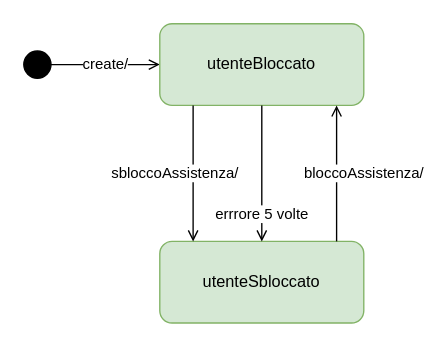
Before: diagrammaDiStato/diagramma_stato_professionista.drawio in Iannicc/Pet-Party, a draw.io diagram. Source tidied: cells renumbered, new cells numbered last; positions are measured from the earlier drawing's top-left corner, leaving out a move shared by most shapes. Both pictures are drawn from the tidied source at 136%, with x=0, y=0 at pixel (23, 23).
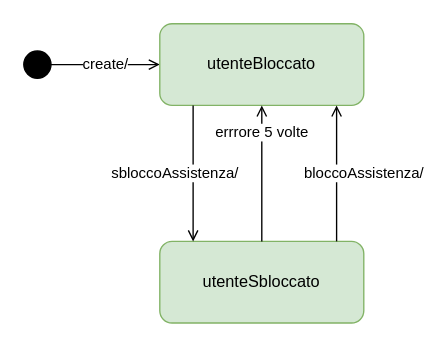
The same diagram, later.

What changed in the source:
```diff
@@
 <mxGraphModel>
   <root>
     <mxCell id="0" />
     <mxCell id="1" parent="0" />
     <mxCell id="2" style="ellipse;whiteSpace=wrap;html=1;fillColor=#000000;" parent="1" vertex="1">
       <mxGeometry y="20" width="20" height="20" as="geometry" />
     </mxCell>
     <mxCell id="3" value="create/" style="endArrow=open;html=1;rounded=0;exitX=1;exitY=0.5;exitDx=0;exitDy=0;entryX=0;entryY=0.5;entryDx=0;entryDy=0;endFill=0;" parent="1" edge="1" target="4">
       <mxGeometry relative="1" as="geometry">
         <mxPoint x="20" y="30" as="sourcePoint" />
       </mxGeometry>
     </mxCell>
     <mxCell id="4" value="utenteBloccato" style="rounded=1;whiteSpace=wrap;html=1;fillColor=#d5e8d4;strokeColor=#82b366;" parent="1" vertex="1">
       <mxGeometry x="100" width="150" height="60" as="geometry" />
     </mxCell>
     <mxCell id="5" value="utenteSbloccato" style="rounded=1;whiteSpace=wrap;html=1;fillColor=#d5e8d4;strokeColor=#82b366;" parent="1" vertex="1">
       <mxGeometry x="100" y="160" width="150" height="60" as="geometry" />
     </mxCell>
     <mxCell id="6" value="sbloccoAssistenza/" style="endArrow=open;html=1;rounded=0;exitX=0.25;exitY=1;exitDx=0;exitDy=0;entryX=0.25;entryY=0;entryDx=0;entryDy=0;endFill=0;" parent="1" edge="1">
       <mxGeometry y="-14" relative="1" as="geometry">
         <mxPoint x="124.5" y="60" as="sourcePoint" />
         <mxPoint x="124.5" y="160" as="targetPoint" />
       </mxGeometry>
     </mxCell>
     <mxCell id="7" value="bloccoAssistenza/" style="endArrow=open;html=1;rounded=0;exitX=0.75;exitY=0;exitDx=0;exitDy=0;entryX=0.75;entryY=1;entryDx=0;entryDy=0;endFill=0;" parent="1" edge="1">
       <mxGeometry y="-20" relative="1" as="geometry">
         <mxPoint x="230" y="160" as="sourcePoint" />
         <mxPoint x="230" y="60" as="targetPoint" />
       </mxGeometry>
     </mxCell>
-    <mxCell id="8" value="errrore 5 volte" style="endArrow=open;html=1;rounded=0;exitX=0.5;exitY=1;exitDx=0;exitDy=0;endFill=0;" parent="1" edge="1" source="4" target="5">
+    <mxCell id="8" value="errrore 5 volte" style="endArrow=open;html=1;rounded=0;endFill=0;entryX=0.5;entryY=1;entryDx=0;entryDy=0;exitX=0.5;exitY=0;exitDx=0;exitDy=0;" parent="1" edge="1" source="5" target="4">
       <mxGeometry x="0.6" relative="1" as="geometry">
         <Array as="points">
           <mxPoint x="175" y="130" />
         </Array>
       </mxGeometry>
     </mxCell>
   </root>
 </mxGraphModel>
```
